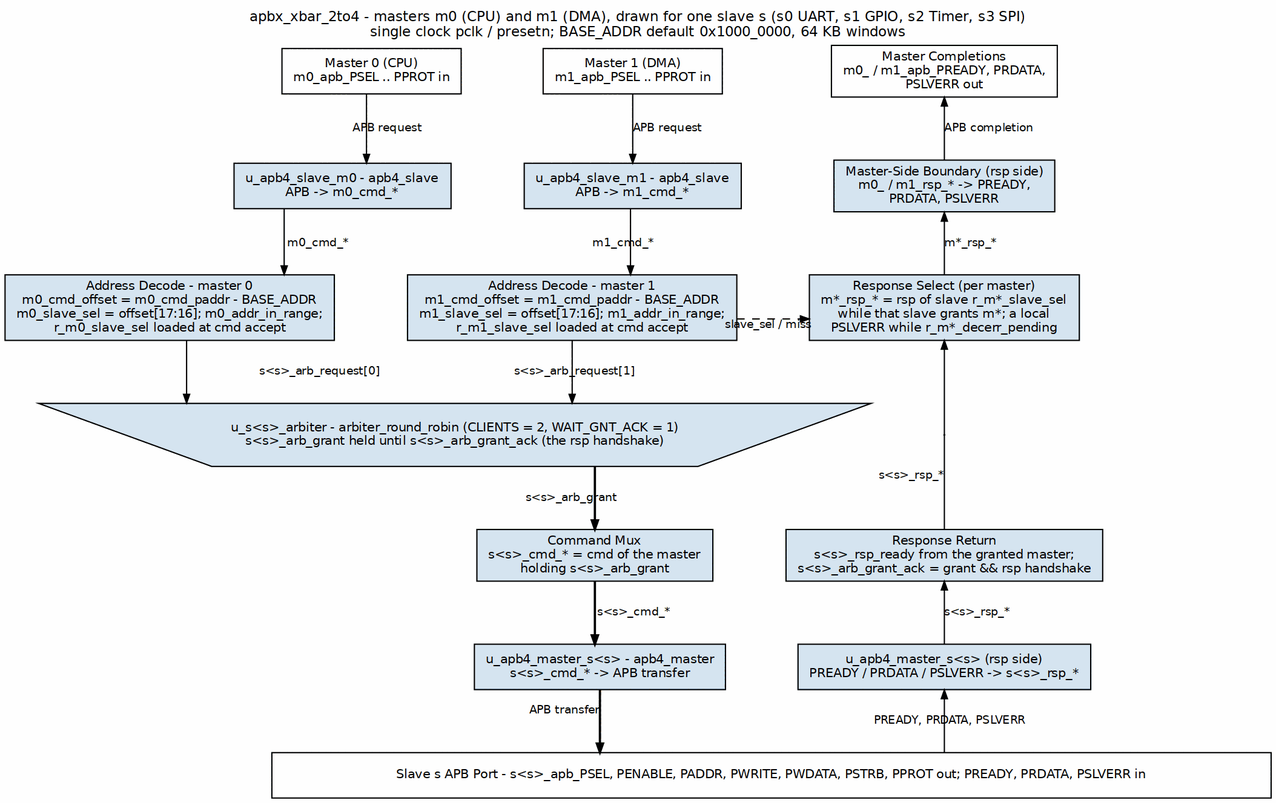
Before: projects/components/fabric-gen-ip/lattice-apbx-xbar/docs/lattice_mas/assets/graphviz/apbx_xbar_architecture.png, a diagram exported from Graphviz (sean-galloway/RTLDesignSherpa). Its source is kept beside it as projects/components/fabric-gen-ip/lattice-apbx-xbar/docs/lattice_mas/assets/graphviz/apbx_xbar_architecture.dot.
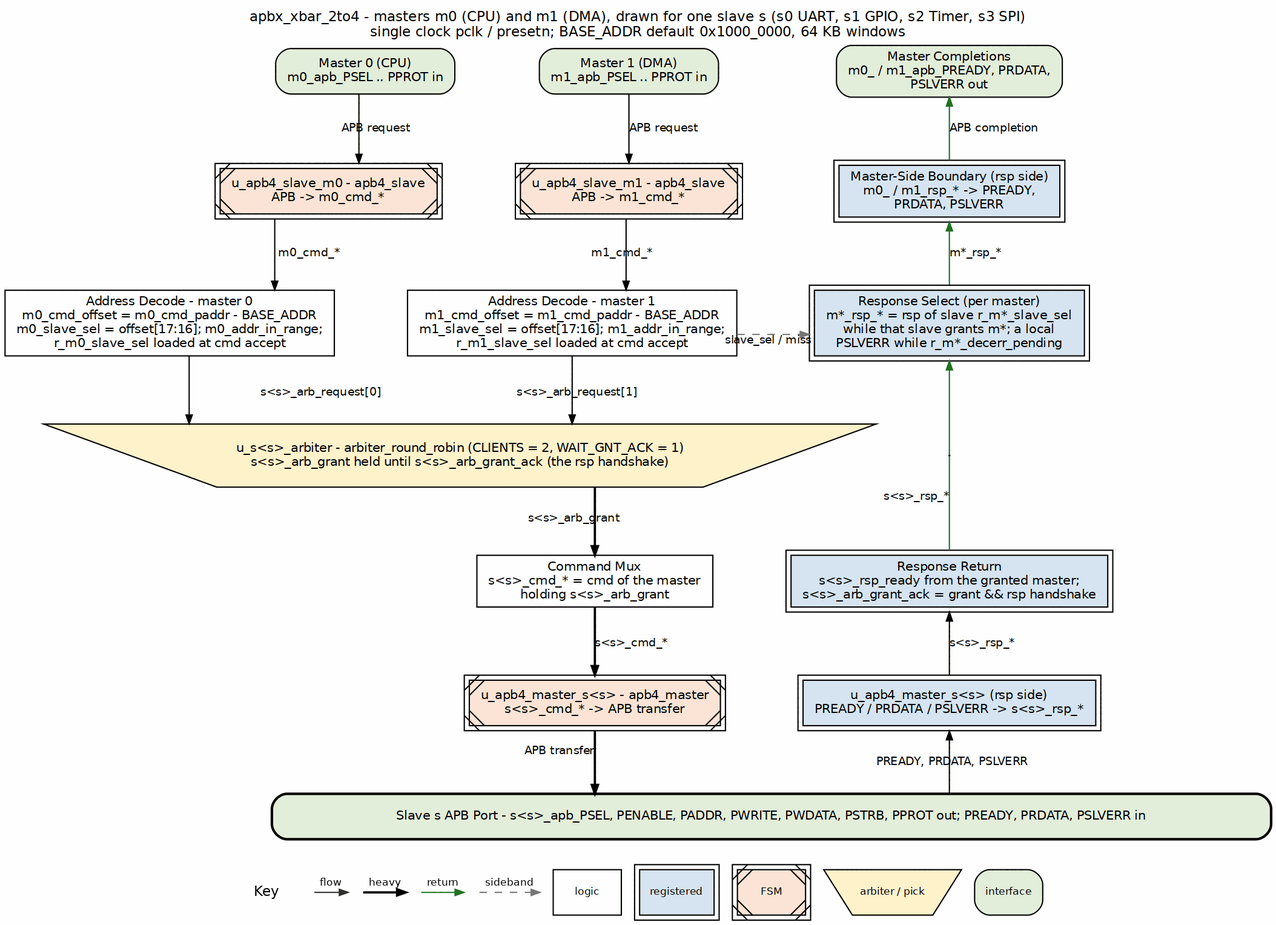
Later version of the same file.

The edit, as a diff of the source:
```diff
@@ -3,45 +3,45 @@
            nodesep="0.40", ranksep="0.55", splines=ortho, labelloc=t,
            label="apbx_xbar_2to4 - masters m0 (CPU) and m1 (DMA), drawn for one slave s (s0 UART, s1 GPIO, s2 Timer, s3 SPI)\nsingle clock pclk / presetn; BASE_ADDR default 0x1000_0000, 64 KB windows"];
     node  [fontname="Helvetica", fontsize=10, shape=box, style=filled,
-           fillcolor="#D6E4F0", color="black", margin="0.12,0.06"];
+           fillcolor="white", color="black", margin="0.12,0.06"];
     edge  [fontname="Helvetica", fontsize=9, color="black", arrowsize=0.7];
 
-    p0 [label="Master 0 (CPU)\nm0_apb_PSEL .. PPROT in", fillcolor="white"];
-    p1 [label="Master 1 (DMA)\nm1_apb_PSEL .. PPROT in", fillcolor="white"];
-    pr [label="Master Completions\nm0_ / m1_apb_PREADY, PRDATA,\nPSLVERR out", fillcolor="white", group=R];
+    p0 [label="Master 0 (CPU)\nm0_apb_PSEL .. PPROT in", fillcolor="white", style="rounded,filled", fillcolor="#E2EFDA"];
+    p1 [label="Master 1 (DMA)\nm1_apb_PSEL .. PPROT in", fillcolor="white", style="rounded,filled", fillcolor="#E2EFDA"];
+    pr [label="Master Completions\nm0_ / m1_apb_PREADY, PRDATA,\nPSLVERR out", fillcolor="white", group=R, style="rounded,filled", fillcolor="#E2EFDA"];
     { rank=same; p0; p1; pr; }
     p0 -> p1 -> pr [style=invis];
 
-    b0 [label="u_apb4_slave_m0 - apb4_slave\nAPB -> m0_cmd_*"];
-    b1 [label="u_apb4_slave_m1 - apb4_slave\nAPB -> m1_cmd_*"];
-    br [label="Master-Side Boundary (rsp side)\nm0_ / m1_rsp_* -> PREADY,\nPRDATA, PSLVERR", group=R];
+    b0 [label="u_apb4_slave_m0 - apb4_slave\nAPB -> m0_cmd_*", peripheries=2, style="filled,diagonals", fillcolor="#FCE4D6"];
+    b1 [label="u_apb4_slave_m1 - apb4_slave\nAPB -> m1_cmd_*", peripheries=2, style="filled,diagonals", fillcolor="#FCE4D6"];
+    br [label="Master-Side Boundary (rsp side)\nm0_ / m1_rsp_* -> PREADY,\nPRDATA, PSLVERR", group=R, peripheries=2, style="filled", fillcolor="#D6E4F0"];
     { rank=same; b0; b1; br; }
     b0 -> b1 -> br [style=invis];
 
-    d0 [label="Address Decode - master 0\nm0_cmd_offset = m0_cmd_paddr - BASE_ADDR\nm0_slave_sel = offset[17:16]; m0_addr_in_range;\nr_m0_slave_sel loaded at cmd accept"];
-    d1 [label="Address Decode - master 1\nm1_cmd_offset = m1_cmd_paddr - BASE_ADDR\nm1_slave_sel = offset[17:16]; m1_addr_in_range;\nr_m1_slave_sel loaded at cmd accept"];
-    rs [label="Response Select (per master)\nm*_rsp_* = rsp of slave r_m*_slave_sel\nwhile that slave grants m*; a local\nPSLVERR while r_m*_decerr_pending", group=R];
+    d0 [label="Address Decode - master 0\nm0_cmd_offset = m0_cmd_paddr - BASE_ADDR\nm0_slave_sel = offset[17:16]; m0_addr_in_range;\nr_m0_slave_sel loaded at cmd accept", style="filled", fillcolor="white"];
+    d1 [label="Address Decode - master 1\nm1_cmd_offset = m1_cmd_paddr - BASE_ADDR\nm1_slave_sel = offset[17:16]; m1_addr_in_range;\nr_m1_slave_sel loaded at cmd accept", style="filled", fillcolor="white"];
+    rs [label="Response Select (per master)\nm*_rsp_* = rsp of slave r_m*_slave_sel\nwhile that slave grants m*; a local\nPSLVERR while r_m*_decerr_pending", group=R, peripheries=2, style="filled", fillcolor="#D6E4F0"];
     { rank=same; d0; d1; rs; }
     d0 -> d1 -> rs [style=invis];
 
     arb [label="u_s<s>_arbiter - arbiter_round_robin (CLIENTS = 2, WAIT_GNT_ACK = 1)\ns<s>_arb_grant held until s<s>_arb_grant_ack (the rsp handshake)",
-         shape=invtrapezium, width=7.0, height=0.7];
+         shape=invtrapezium, width=7.0, height=0.7, style="filled", fillcolor="#FFF2CC"];
     pr3 [shape=point, width=0.01, label="", group=R];
     { rank=same; arb; pr3; }
     arb -> pr3 [style=invis];
 
-    mux [label="Command Mux\ns<s>_cmd_* = cmd of the master\nholding s<s>_arb_grant"];
-    rr [label="Response Return\ns<s>_rsp_ready from the granted master;\ns<s>_arb_grant_ack = grant && rsp handshake", group=R];
+    mux [label="Command Mux\ns<s>_cmd_* = cmd of the master\nholding s<s>_arb_grant", style="filled", fillcolor="white"];
+    rr [label="Response Return\ns<s>_rsp_ready from the granted master;\ns<s>_arb_grant_ack = grant && rsp handshake", group=R, peripheries=2, style="filled", fillcolor="#D6E4F0"];
     { rank=same; mux; rr; }
     mux -> rr [style=invis];
 
-    sm [label="u_apb4_master_s<s> - apb4_master\ns<s>_cmd_* -> APB transfer"];
-    sr [label="u_apb4_master_s<s> (rsp side)\nPREADY / PRDATA / PSLVERR -> s<s>_rsp_*", group=R];
+    sm [label="u_apb4_master_s<s> - apb4_master\ns<s>_cmd_* -> APB transfer", peripheries=2, style="filled,diagonals", fillcolor="#FCE4D6"];
+    sr [label="u_apb4_master_s<s> (rsp side)\nPREADY / PRDATA / PSLVERR -> s<s>_rsp_*", group=R, peripheries=2, style="filled", fillcolor="#D6E4F0"];
     { rank=same; sm; sr; }
     sm -> sr [style=invis];
 
     bar [label="Slave s APB Port - s<s>_apb_PSEL, PENABLE, PADDR, PWRITE, PWDATA, PSTRB, PPROT out; PREADY, PRDATA, PSLVERR in",
-         fillcolor="white", width=11];
+         fillcolor="white", width=11, style="rounded,filled,bold", fillcolor="#E2EFDA"];
 
     p0 -> b0 [label="APB request"];
     p1 -> b1 [label="APB request"];
@@ -52,12 +52,12 @@
     arb -> mux [label="s<s>_arb_grant", penwidth=1.8];
     mux -> sm [label="s<s>_cmd_*", penwidth=1.8];
     sm -> bar [xlabel="APB transfer", penwidth=1.8];
-    d1 -> rs [style=dashed, xlabel="slave_sel / miss"];
+    d1 -> rs [style=dashed, color="#777777", xlabel="slave_sel / miss"];
 
-    pr -> br [dir=back, label="APB completion"];
-    br -> rs [dir=back, label="m*_rsp_*"];
-    rs -> pr3 [dir=back];
-    pr3 -> rr [dir=none, xlabel="s<s>_rsp_*"];
+    pr -> br [color="#1A7A1A", dir=back, label="APB completion"];
+    br -> rs [color="#1A7A1A", dir=back, label="m*_rsp_*"];
+    rs -> pr3 [color="#1A7A1A", dir=back];
+    pr3 -> rr [color="#1A7A1A", dir=none, xlabel="s<s>_rsp_*"];
     rr -> sr [dir=back, label="s<s>_rsp_*"];
     sr -> bar [dir=back, label="PREADY, PRDATA, PSLVERR"];
 }
```
